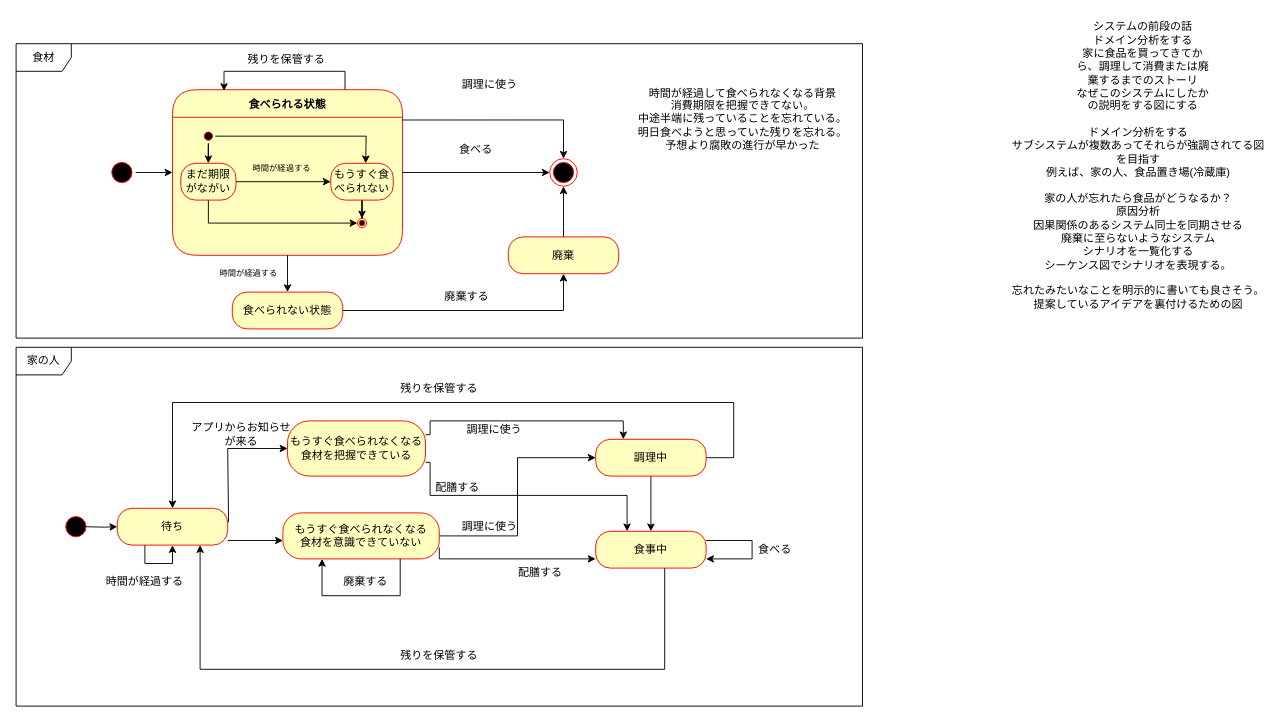
The draw.io diagram page "state-machine" (2 of 9) of general-design.drawio in d-angelo-2049/food-loss-designs, before the edit. Source tidied: cells renumbered, new cells numbered last; positions are measured from the earlier drawing's top-left corner, leaving out a move shared by most shapes. Both pictures are drawn from the tidied source at 92%, with x=0, y=0 at pixel (16, 16).
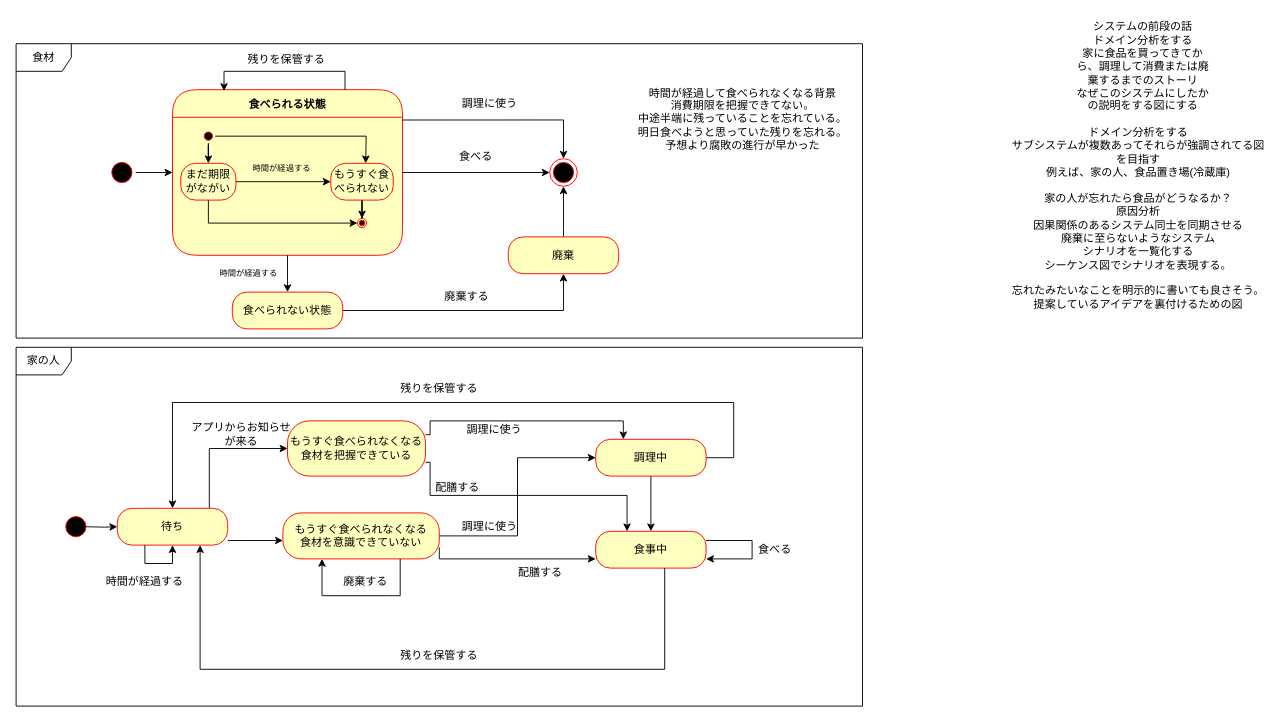
After the change.

Commit message:
general-design.drawio を更新します

The change refers to these unchanged cells:
```xml
<mxCell id="19" value="待ち" style="rounded=1;whiteSpace=wrap;html=1;arcSize=40;fontColor=#000000;fillColor=#ffffc0;strokeColor=#ff0000;" parent="1" vertex="1">
  <mxGeometry x="110" y="535" width="120" height="40" as="geometry" />
</mxCell>
<mxCell id="51" value="もうすぐ食べられなくなる&lt;br&gt;食材を把握できている" style="rounded=1;whiteSpace=wrap;html=1;arcSize=40;fontColor=#000000;fillColor=#ffffc0;strokeColor=#ff0000;" parent="1" vertex="1">
  <mxGeometry x="295" y="440" width="150" height="60" as="geometry" />
</mxCell>
```

What changed in the source:
```diff
@@
-    <mxCell id="17" style="edgeStyle=orthogonalEdgeStyle;rounded=0;jettySize=auto;html=1;exitX=1.008;exitY=0.382;exitDx=0;exitDy=0;entryX=0;entryY=0.5;entryDx=0;entryDy=0;exitPerimeter=0;" parent="1" edge="1" source="19" target="51">
+    <mxCell id="17" style="edgeStyle=orthogonalEdgeStyle;rounded=0;jettySize=auto;html=1;exitX=0.843;exitY=0.026;exitDx=0;exitDy=0;entryX=0;entryY=0.5;entryDx=0;entryDy=0;exitPerimeter=0;" parent="1" edge="1" source="19" target="51">
       <mxGeometry relative="1" as="geometry">
         <Array as="points">
-          <mxPoint x="230" y="550" />
-          <mxPoint x="230" y="470" />
+          <mxPoint x="210" y="536" />
+          <mxPoint x="210" y="470" />
         </Array>
       </mxGeometry>
     </mxCell>
@@
     <mxCell id="22" value="調理に使う" style="text;html=1;strokeColor=none;fillColor=none;align=center;verticalAlign=middle;whiteSpace=wrap;rounded=0;" parent="1" vertex="1">
-      <mxGeometry x="460" y="60" width="110" height="30" as="geometry" />
+      <mxGeometry x="460" y="80" width="110" height="30" as="geometry" />
     </mxCell>
@@
     <mxCell id="38" value="食べる" style="text;html=1;strokeColor=none;fillColor=none;align=center;verticalAlign=middle;whiteSpace=wrap;rounded=0;" parent="1" vertex="1">
-      <mxGeometry x="445" y="130" width="110" height="30" as="geometry" />
+      <mxGeometry x="445" y="138" width="110" height="30" as="geometry" />
     </mxCell>
```
